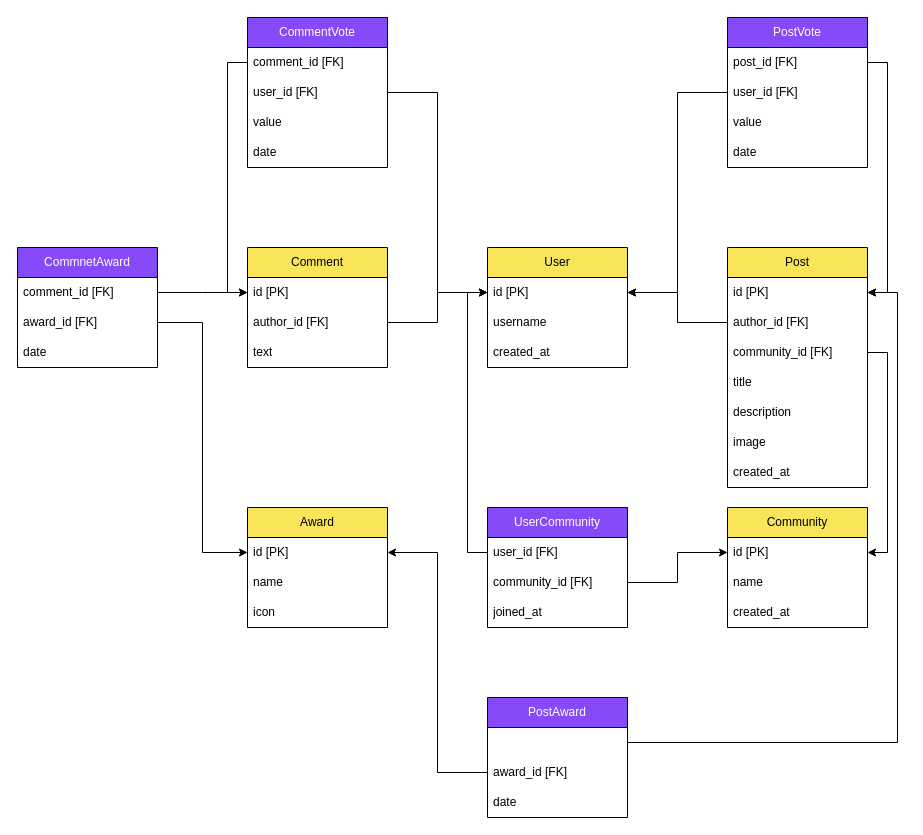
The draw.io diagram model/mini_reddit.drawio in adamrer/mini-reddit, before the edit. Source tidied: cells renumbered, new cells numbered last; positions are measured from the earlier drawing's top-left corner, leaving out a move shared by most shapes. Both pictures are drawn from the tidied source at 100%, with x=0, y=0 at pixel (17, 17).
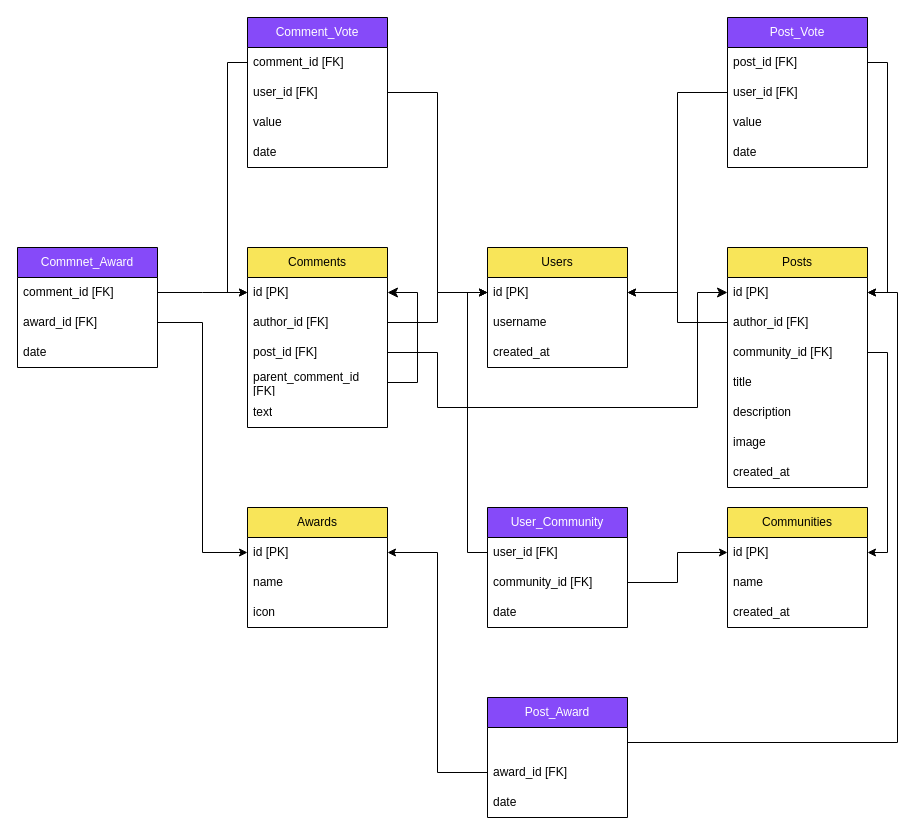
Above is the later version.

The change refers to these unchanged cells:
```xml
<mxCell id="3" value="id [PK]" style="text;strokeColor=none;fillColor=none;align=left;verticalAlign=middle;spacingLeft=4;spacingRight=4;overflow=hidden;points=[[0,0.5],[1,0.5]];portConstraint=eastwest;whiteSpace=wrap;html=1;" parent="2" vertex="1">
  <mxGeometry y="30" width="140" height="30" as="geometry" />
</mxCell>
<mxCell id="11" value="id [PK]" style="text;strokeColor=none;fillColor=none;align=left;verticalAlign=middle;spacingLeft=4;spacingRight=4;overflow=hidden;points=[[0,0.5],[1,0.5]];portConstraint=eastwest;whiteSpace=wrap;html=1;" parent="10" vertex="1">
  <mxGeometry y="30" width="140" height="30" as="geometry" />
</mxCell>
```

What changed in the source:
```diff
@@
-    <mxCell id="2" value="Comment" style="swimlane;fontStyle=0;horizontal=1;startSize=30;whiteSpace=wrap;html=1;fillColor=light-dark(#f8e559, #F8E559);fontColor=light-dark(#000000,#000000);" parent="1" vertex="1">
-      <mxGeometry x="230" y="230" width="140" height="120" as="geometry" />
+    <mxCell id="2" value="Comments" style="swimlane;fontStyle=0;horizontal=1;startSize=30;whiteSpace=wrap;html=1;fillColor=light-dark(#f8e559, #F8E559);fontColor=light-dark(#000000,#000000);" parent="1" vertex="1">
+      <mxGeometry x="230" y="230" width="140" height="180" as="geometry" />
     </mxCell>
@@
+    <mxCell id="61" value="post_id [FK]" style="text;strokeColor=none;fillColor=none;align=left;verticalAlign=middle;spacingLeft=4;spacingRight=4;overflow=hidden;points=[[0,0.5],[1,0.5]];portConstraint=eastwest;whiteSpace=wrap;html=1;" parent="2" vertex="1">
+      <mxGeometry y="90" width="140" height="30" as="geometry" />
+    </mxCell>
+    <mxCell id="62" style="edgeStyle=orthogonalEdgeStyle;rounded=0;jettySize=auto;html=1;exitX=1;exitY=0.5;exitDx=0;exitDy=0;entryX=1;entryY=0.5;entryDx=0;entryDy=0;fontSize=12;startSize=8;endSize=8;" parent="2" edge="1" source="63" target="3">
+      <mxGeometry relative="1" as="geometry">
+        <Array as="points">
+          <mxPoint x="170" y="135" />
+          <mxPoint x="170" y="45" />
+        </Array>
+      </mxGeometry>
+    </mxCell>
+    <mxCell id="63" value="parent_comment_id [FK]" style="text;strokeColor=none;fillColor=none;align=left;verticalAlign=middle;spacingLeft=4;spacingRight=4;overflow=hidden;points=[[0,0.5],[1,0.5]];portConstraint=eastwest;whiteSpace=wrap;html=1;" parent="2" vertex="1">
+      <mxGeometry y="120" width="140" height="30" as="geometry" />
+    </mxCell>
     <mxCell id="5" value="text" style="text;strokeColor=none;fillColor=none;align=left;verticalAlign=middle;spacingLeft=4;spacingRight=4;overflow=hidden;whiteSpace=wrap;html=1;" parent="2" vertex="1">
-      <mxGeometry y="90" width="140" height="30" as="geometry" />
+      <mxGeometry y="150" width="140" height="30" as="geometry" />
     </mxCell>
-    <mxCell id="6" value="User" style="swimlane;fontStyle=0;horizontal=1;startSize=30;whiteSpace=wrap;html=1;fillColor=light-dark(#f8e559, #F8E559);fontColor=light-dark(#000000,#000000);" parent="1" vertex="1">
+    <mxCell id="6" value="Users" style="swimlane;fontStyle=0;horizontal=1;startSize=30;whiteSpace=wrap;html=1;fillColor=light-dark(#f8e559, #F8E559);fontColor=light-dark(#000000,#000000);" parent="1" vertex="1">
       <mxGeometry x="470" y="230" width="140" height="120" as="geometry" />
     </mxCell>
@@
-    <mxCell id="10" value="Post" style="swimlane;fontStyle=0;horizontal=1;startSize=30;whiteSpace=wrap;html=1;fillColor=light-dark(#f8e559, #F8E559);fontColor=light-dark(#000000,#000000);" parent="1" vertex="1">
+    <mxCell id="10" value="Posts" style="swimlane;fontStyle=0;horizontal=1;startSize=30;whiteSpace=wrap;html=1;fillColor=light-dark(#f8e559, #F8E559);fontColor=light-dark(#000000,#000000);" parent="1" vertex="1">
       <mxGeometry x="710" y="230" width="140" height="240" as="geometry" />
     </mxCell>
@@
-    <mxCell id="18" value="Community" style="swimlane;fontStyle=0;horizontal=1;startSize=30;whiteSpace=wrap;html=1;fillColor=light-dark(#f8e559, #F8E559);fontColor=light-dark(#000000,#000000);" parent="1" vertex="1">
+    <mxCell id="18" value="Communities" style="swimlane;fontStyle=0;horizontal=1;startSize=30;whiteSpace=wrap;html=1;fillColor=light-dark(#f8e559, #F8E559);fontColor=light-dark(#000000,#000000);" parent="1" vertex="1">
       <mxGeometry x="710" y="490" width="140" height="120" as="geometry" />
     </mxCell>
@@
-    <mxCell id="22" value="Award" style="swimlane;fontStyle=0;horizontal=1;startSize=30;whiteSpace=wrap;html=1;fillColor=light-dark(#f8e559, #F8E559);fontColor=light-dark(#000000,#000000);" parent="1" vertex="1">
+    <mxCell id="22" value="Awards" style="swimlane;fontStyle=0;horizontal=1;startSize=30;whiteSpace=wrap;html=1;fillColor=light-dark(#f8e559, #F8E559);fontColor=light-dark(#000000,#000000);" parent="1" vertex="1">
       <mxGeometry x="230" y="490" width="140" height="120" as="geometry" />
     </mxCell>
@@
-    <mxCell id="26" value="CommentVote" style="swimlane;fontStyle=0;horizontal=1;startSize=30;whiteSpace=wrap;html=1;fillColor=light-dark(#864af9, #864AF9);fontColor=light-dark(#FFFFFF,#FFFFFF);" parent="1" vertex="1">
+    <mxCell id="26" value="Comment_Vote" style="swimlane;fontStyle=0;horizontal=1;startSize=30;whiteSpace=wrap;html=1;fillColor=light-dark(#864af9, #864AF9);fontColor=light-dark(#FFFFFF,#FFFFFF);" parent="1" vertex="1">
       <mxGeometry x="230" width="140" height="150" as="geometry" />
     </mxCell>
@@
-    <mxCell id="31" value="PostVote" style="swimlane;fontStyle=0;horizontal=1;startSize=30;whiteSpace=wrap;html=1;fillColor=light-dark(#864af9, #864AF9);fontColor=light-dark(#FFFFFF,#FFFFFF);" parent="1" vertex="1">
+    <mxCell id="31" value="Post_Vote" style="swimlane;fontStyle=0;horizontal=1;startSize=30;whiteSpace=wrap;html=1;fillColor=light-dark(#864af9, #864AF9);fontColor=light-dark(#FFFFFF,#FFFFFF);" parent="1" vertex="1">
       <mxGeometry x="710" width="140" height="150" as="geometry" />
     </mxCell>
@@
-    <mxCell id="36" value="PostAward" style="swimlane;fontStyle=0;horizontal=1;startSize=30;whiteSpace=wrap;html=1;fillColor=light-dark(#864af9, #864AF9);fontColor=light-dark(#FFFFFF,#FFFFFF);" parent="1" vertex="1">
+    <mxCell id="36" value="Post_Award" style="swimlane;fontStyle=0;horizontal=1;startSize=30;whiteSpace=wrap;html=1;fillColor=light-dark(#864af9, #864AF9);fontColor=light-dark(#FFFFFF,#FFFFFF);" parent="1" vertex="1">
       <mxGeometry x="470" y="680" width="140" height="120" as="geometry" />
     </mxCell>
@@
-    <mxCell id="40" value="UserCommunity" style="swimlane;fontStyle=0;horizontal=1;startSize=30;whiteSpace=wrap;html=1;fillColor=light-dark(#864af9, #864AF9);fontColor=light-dark(#FFFFFF,#FFFFFF);" parent="1" vertex="1">
+    <mxCell id="40" value="User_Community" style="swimlane;fontStyle=0;horizontal=1;startSize=30;whiteSpace=wrap;html=1;fillColor=light-dark(#864af9, #864AF9);fontColor=light-dark(#FFFFFF,#FFFFFF);" parent="1" vertex="1">
       <mxGeometry x="470" y="490" width="140" height="120" as="geometry" />
     </mxCell>
@@
-    <mxCell id="43" value="joined_at" style="text;strokeColor=none;fillColor=none;align=left;verticalAlign=middle;spacingLeft=4;spacingRight=4;overflow=hidden;whiteSpace=wrap;html=1;" parent="40" vertex="1">
+    <mxCell id="43" value="date" style="text;strokeColor=none;fillColor=none;align=left;verticalAlign=middle;spacingLeft=4;spacingRight=4;overflow=hidden;whiteSpace=wrap;html=1;" parent="40" vertex="1">
       <mxGeometry y="90" width="140" height="30" as="geometry" />
     </mxCell>
-    <mxCell id="44" value="CommnetAward" style="swimlane;fontStyle=0;horizontal=1;startSize=30;whiteSpace=wrap;html=1;fillColor=light-dark(#864af9, #864AF9);fontColor=light-dark(#FFFFFF,#FFFFFF);" parent="1" vertex="1">
+    <mxCell id="44" value="Commnet_Award" style="swimlane;fontStyle=0;horizontal=1;startSize=30;whiteSpace=wrap;html=1;fillColor=light-dark(#864af9, #864AF9);fontColor=light-dark(#FFFFFF,#FFFFFF);" parent="1" vertex="1">
       <mxGeometry y="230" width="140" height="120" as="geometry" />
     </mxCell>
@@
+    <mxCell id="64" style="edgeStyle=orthogonalEdgeStyle;rounded=0;jettySize=auto;html=1;exitX=1;exitY=0.5;exitDx=0;exitDy=0;entryX=0;entryY=0.5;entryDx=0;entryDy=0;fontSize=12;startSize=8;endSize=8;" parent="1" edge="1" source="61" target="11">
+      <mxGeometry relative="1" as="geometry">
+        <Array as="points">
+          <mxPoint x="420" y="335" />
+          <mxPoint x="420" y="390" />
+          <mxPoint x="680" y="390" />
+          <mxPoint x="680" y="275" />
+        </Array>
+      </mxGeometry>
+    </mxCell>
```
